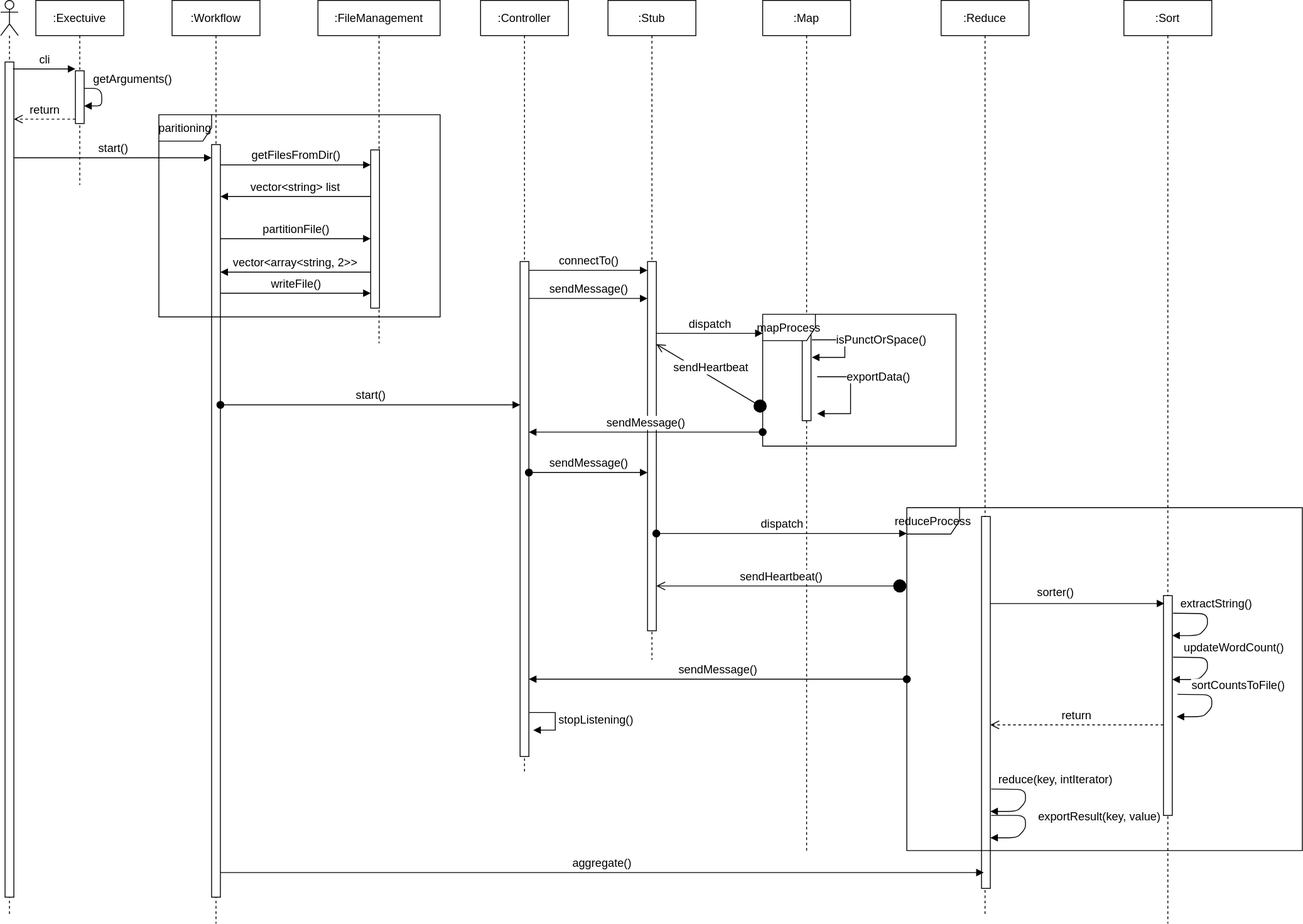
The draw.io diagram docs/sequence.drawio.svg in saie100/ood_map_reduce, before a commit. Source tidied: cells renumbered, new cells last; positions are measured from the earlier drawing's top-left corner, leaving out a move shared by most shapes.
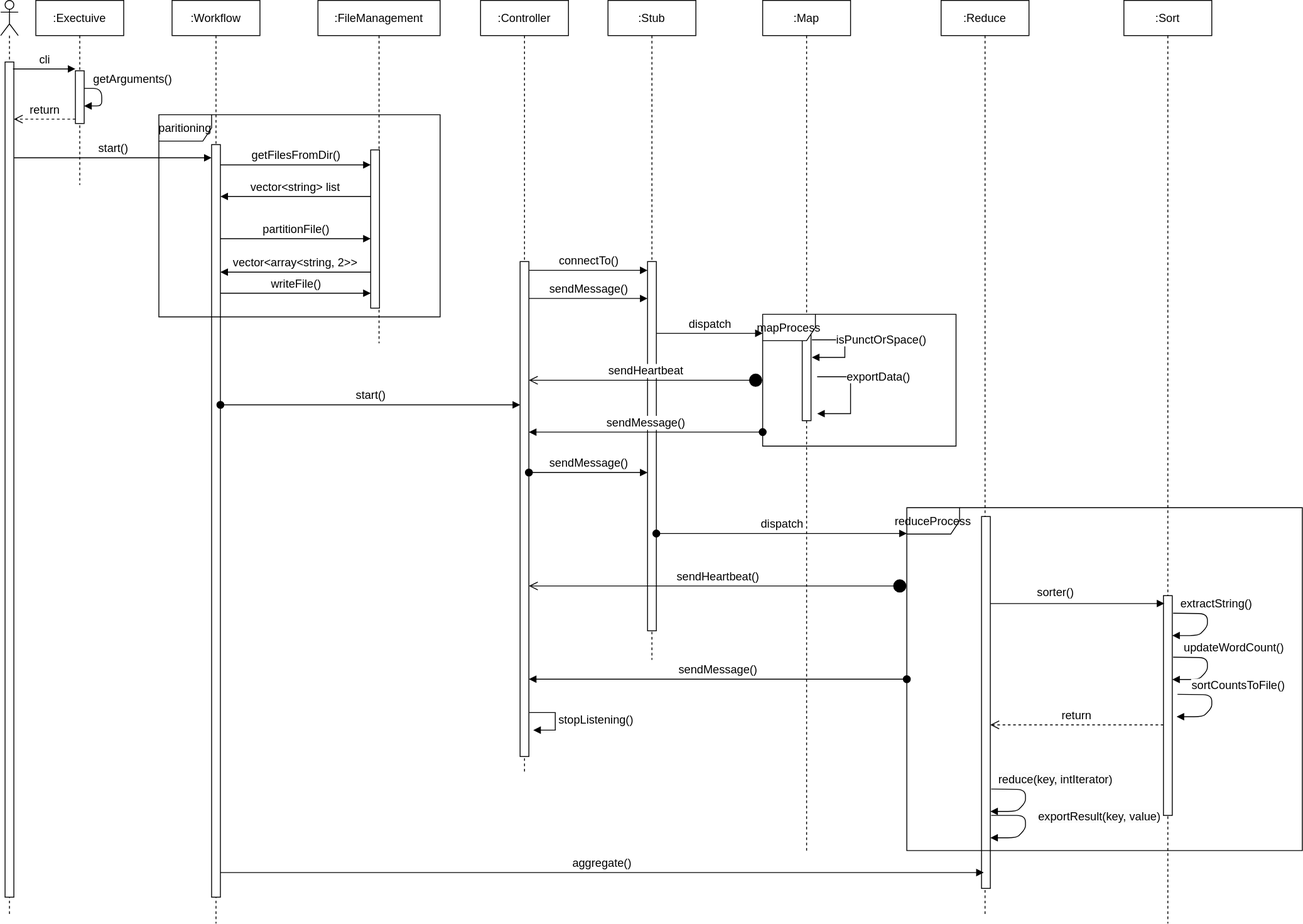
The same diagram one commit later.

Commit message:
DEV Update sendheartbeat

Change to the diagram source:
```diff
@@ -227,10 +227,8 @@
         <mxPoint x="867" y="378.6" as="targetPoint" />
       </mxGeometry>
     </mxCell>
-    <mxCell id="45" value="sendHeartbeat" style="html=1;verticalAlign=bottom;startArrow=circle;startFill=1;endArrow=open;startSize=6;endSize=8;exitX=0.018;exitY=0.723;exitDx=0;exitDy=0;exitPerimeter=0;fontSize=13;" parent="1" edge="1" source="35">
-      <mxGeometry relative="1" as="geometry">
-        <mxPoint x="746" y="391" as="targetPoint" />
-      </mxGeometry>
+    <mxCell id="45" value="sendHeartbeat" style="html=1;verticalAlign=bottom;startArrow=circle;startFill=1;endArrow=open;startSize=6;endSize=8;fontSize=13;" parent="1" edge="1" source="35" target="38">
+      <mxGeometry relative="1" as="geometry" />
     </mxCell>
     <mxCell id="46" value="sendMessage()" style="html=1;verticalAlign=bottom;startArrow=oval;startFill=1;endArrow=block;startSize=8;fontSize=13;" parent="1" edge="1">
       <mxGeometry relative="1" as="geometry">
@@ -256,10 +254,9 @@
         <mxPoint x="1031" y="606.3" as="targetPoint" />
       </mxGeometry>
     </mxCell>
-    <mxCell id="50" value="sendHeartbeat()" style="html=1;verticalAlign=bottom;startArrow=circle;startFill=1;endArrow=open;startSize=6;endSize=8;fontSize=13;" parent="1" edge="1">
+    <mxCell id="50" value="sendHeartbeat()" style="html=1;verticalAlign=bottom;startArrow=circle;startFill=1;endArrow=open;startSize=6;endSize=8;fontSize=13;" parent="1" edge="1" target="38">
       <mxGeometry relative="1" as="geometry">
         <mxPoint x="1031" y="666" as="sourcePoint" />
-        <mxPoint x="746" y="666" as="targetPoint" />
       </mxGeometry>
     </mxCell>
     <mxCell id="51" value="sendMessage()" style="html=1;verticalAlign=bottom;startArrow=oval;startFill=1;endArrow=block;startSize=8;fontSize=13;" parent="1" edge="1" source="36" target="38">
```
